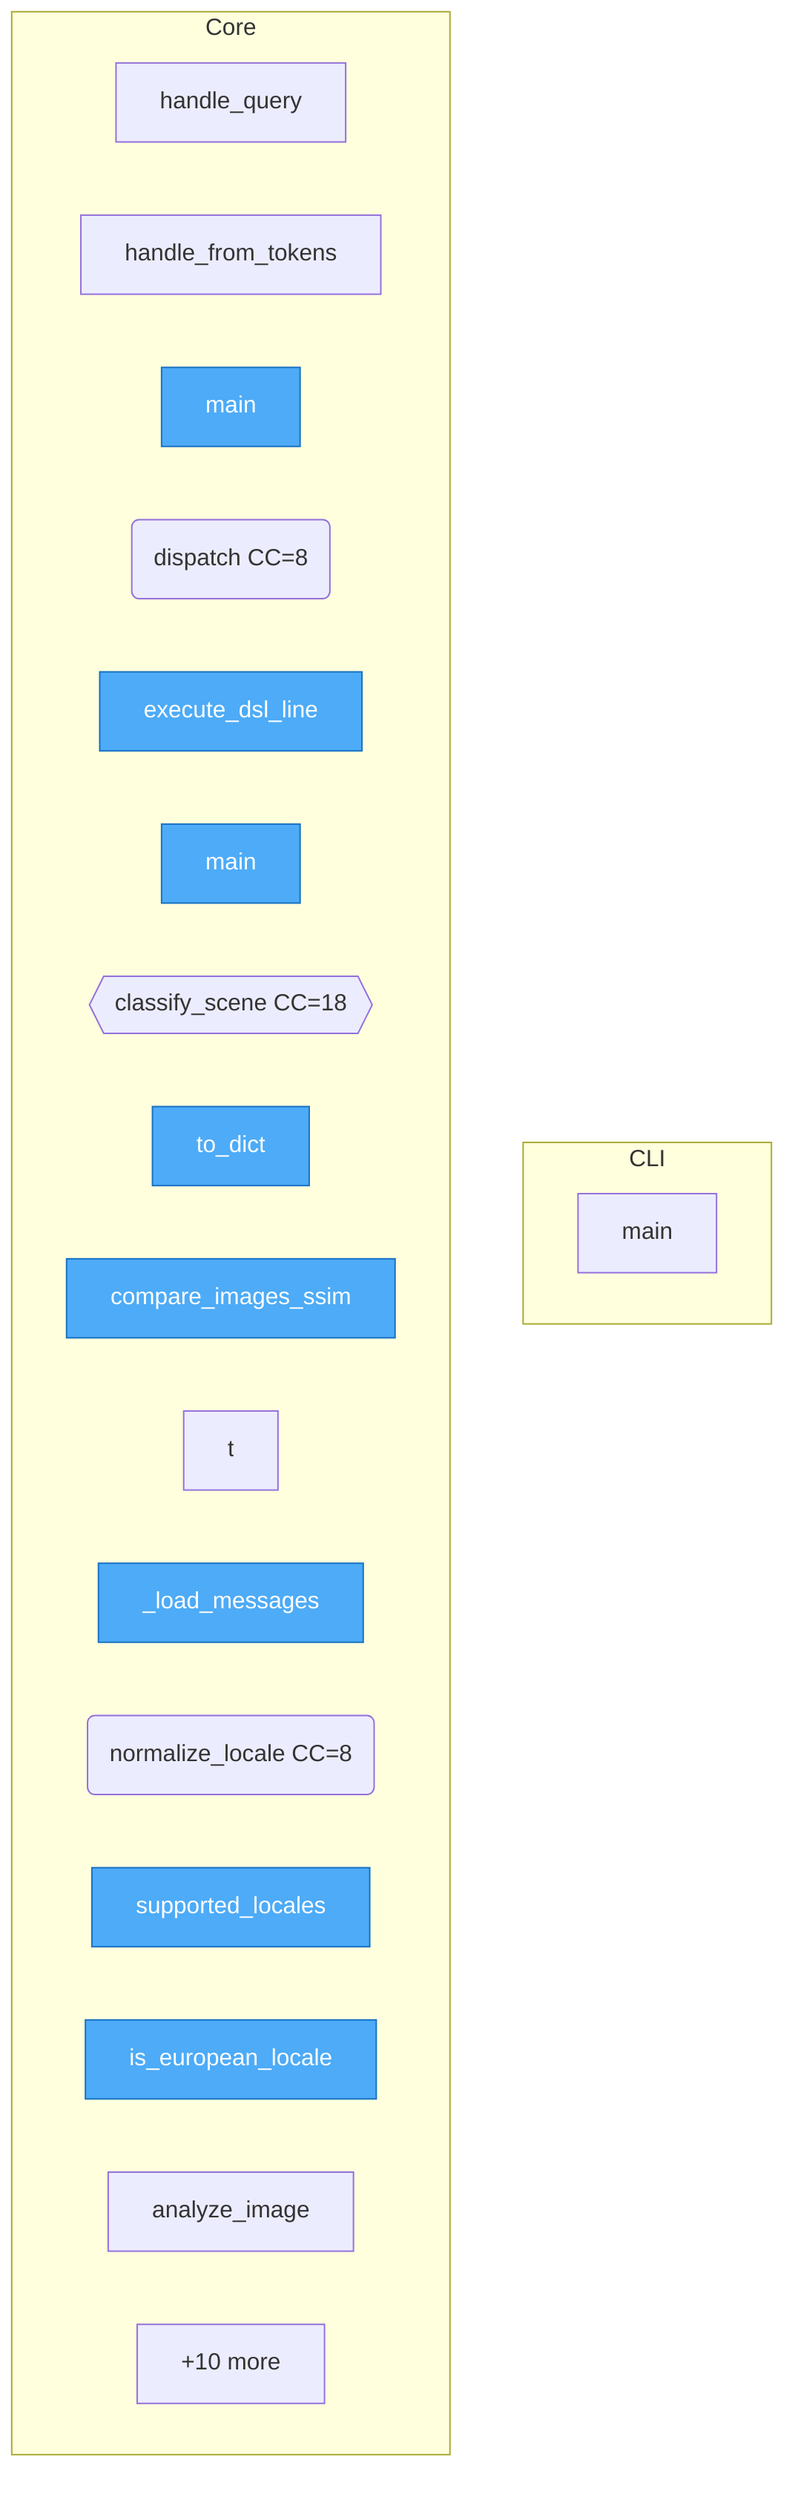
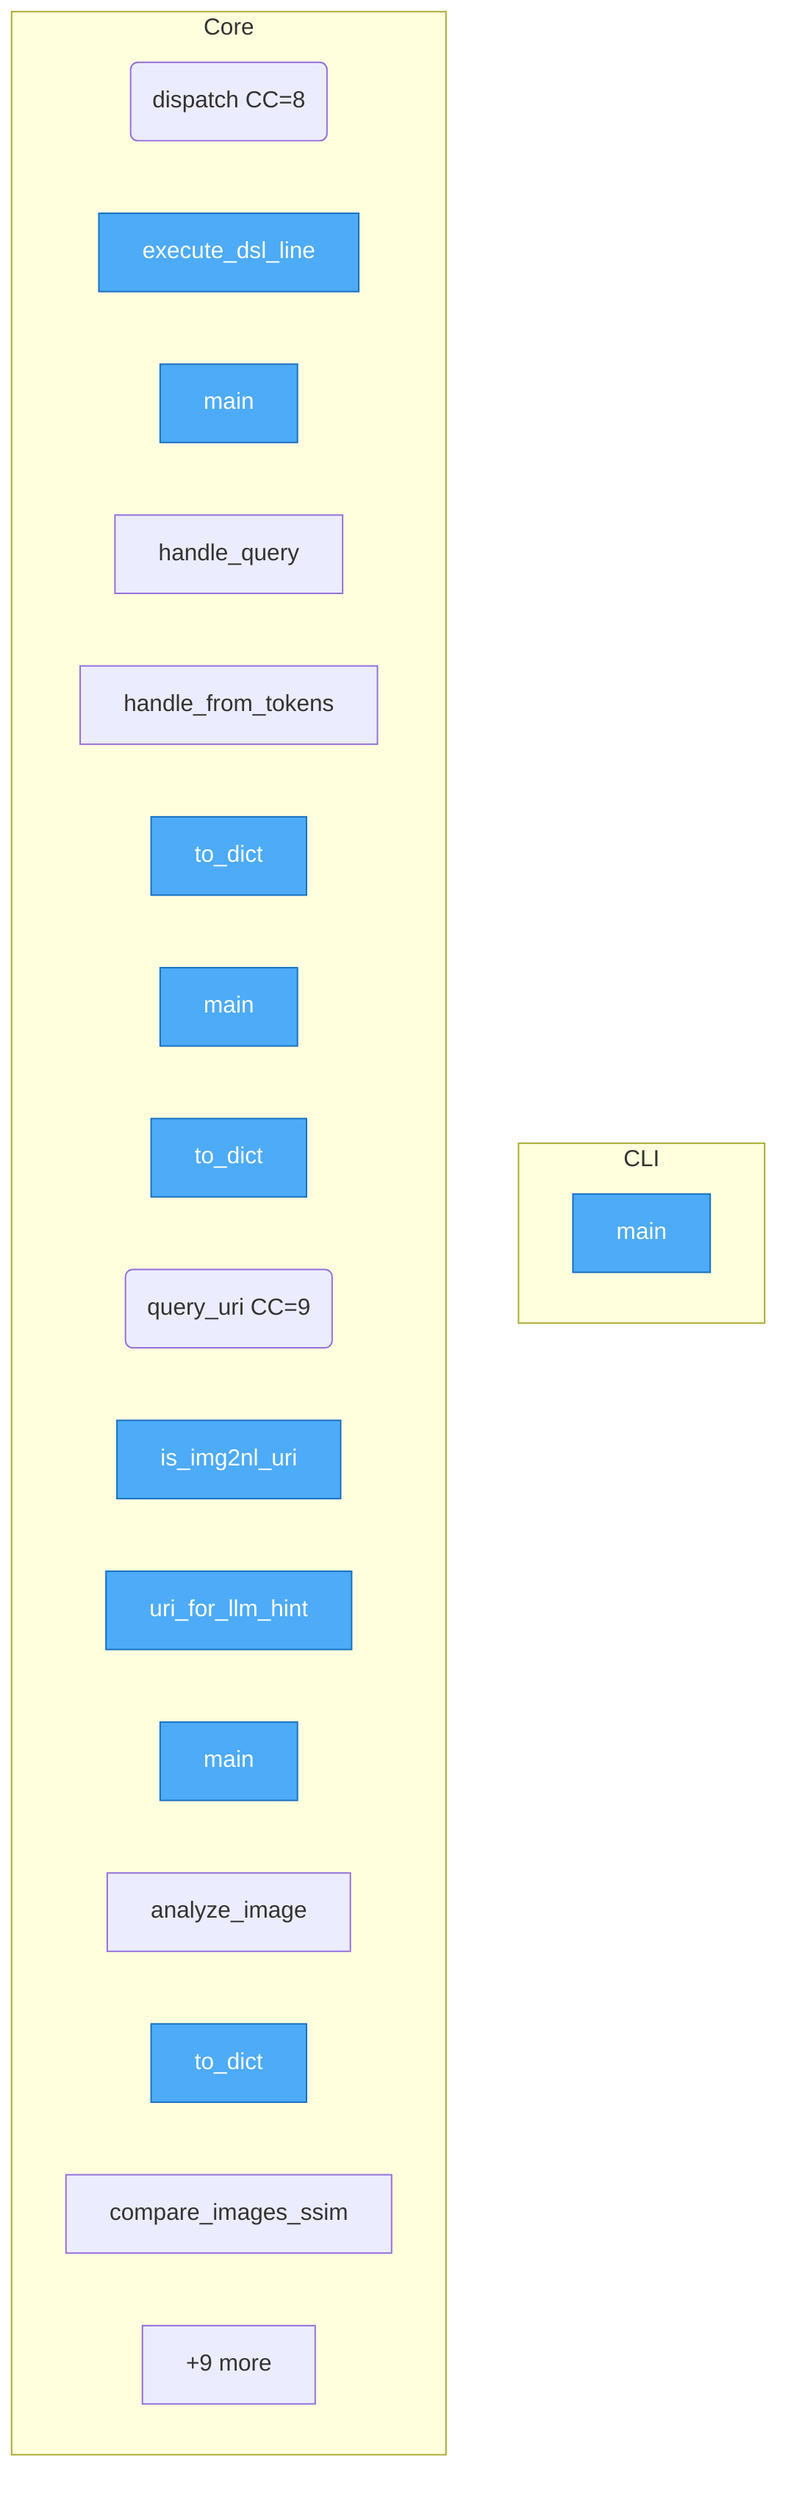
flowchart TD
%% generated in 0.01s

    %% Entry points (blue)
    classDef entry fill:#4dabf7,stroke:#1971c2,color:#fff

    subgraph CLI
        packages__cli2img2nl__src__cli2img2nl__cli__main["main"]
    end

    subgraph Core
+         packages__dsl2img2nl__src__dsl2img2nl__bus__dispatch("dispatch CC=8")
+         packages__dsl2img2nl__src__dsl2img2nl__bus__execute_dsl_line["execute_dsl_line"]
+         packages__dsl2img2nl__src__dsl2img2nl__cli__main["main"]
        packages__dsl2img2nl__src__dsl2img2nl__handlers__handle_query["handle_query"]
        packages__dsl2img2nl__src__dsl2img2nl__handlers__handle_from_tokens["handle_from_tokens"]
-         packages__dsl2img2nl__src__dsl2img2nl__cli__main["main"]
-         packages__dsl2img2nl__src__dsl2img2nl__bus__dispatch("dispatch CC=8")
-         packages__dsl2img2nl__src__dsl2img2nl__bus__execute_dsl_line["execute_dsl_line"]
+         packages__dsl2img2nl__src__dsl2img2nl__result__DslResult__to_dict["to_dict"]
+         packages__uri2img2nl__src__uri2img2nl__cli__main["main"]
+         packages__uri2img2nl__src__uri2img2nl__query__QueryResult__to_dict["to_dict"]
+         packages__uri2img2nl__src__uri2img2nl__query__query_uri("query_uri CC=9")
+         packages__uri2img2nl__src__uri2img2nl__uri__is_img2nl_uri["is_img2nl_uri"]
+         packages__uri2img2nl__src__uri2img2nl__uri__uri_for_llm_hint["uri_for_llm_hint"]
        src__img2nl__cli__main["main"]
-         src__img2nl__features__scene__classify_scene{{classify_scene CC=18}}
+         src__img2nl__analyze__analyze_image["analyze_image"]
        src__img2nl__result__Img2NlResult__to_dict["to_dict"]
        src__img2nl__features__similarity__compare_images_ssim["compare_images_ssim"]
-         src__img2nl__i18n__translate__t["t"]
-         src__img2nl__i18n__catalog___load_messages["_load_messages"]
-         src__img2nl__i18n__locales__normalize_locale("normalize_locale CC=8")
-         src__img2nl__i18n__locales__supported_locales["supported_locales"]
-         src__img2nl__i18n__locales__is_european_locale["is_european_locale"]
-         src__img2nl__analyze__analyze_image["analyze_image"]
-         ...["+10 more"]
+         ...["+9 more"]
    end

-     class packages__dsl2img2nl__src__dsl2img2nl__cli__main,packages__dsl2img2nl__src__dsl2img2nl__bus__execute_dsl_line,src__img2nl__cli__main,src__img2nl__result__Img2NlResult__to_dict,src__img2nl__features__similarity__compare_images_ssim,src__img2nl__i18n__catalog___load_messages,src__img2nl__i18n__locales__supported_locales,src__img2nl__i18n__locales__is_european_locale,packages__uri2img2nl__src__uri2img2nl__cli__main,src__img2nl__i18n__offline__TranslateResult__to_dict entry
+     class packages__cli2img2nl__src__cli2img2nl__cli__main,packages__dsl2img2nl__src__dsl2img2nl__bus__execute_dsl_line,packages__dsl2img2nl__src__dsl2img2nl__cli__main,packages__dsl2img2nl__src__dsl2img2nl__result__DslResult__to_dict,packages__uri2img2nl__src__uri2img2nl__cli__main,packages__uri2img2nl__src__uri2img2nl__query__QueryResult__to_dict,packages__uri2img2nl__src__uri2img2nl__uri__is_img2nl_uri,packages__uri2img2nl__src__uri2img2nl__uri__uri_for_llm_hint,src__img2nl__cli__main,src__img2nl__result__Img2NlResult__to_dict entry
